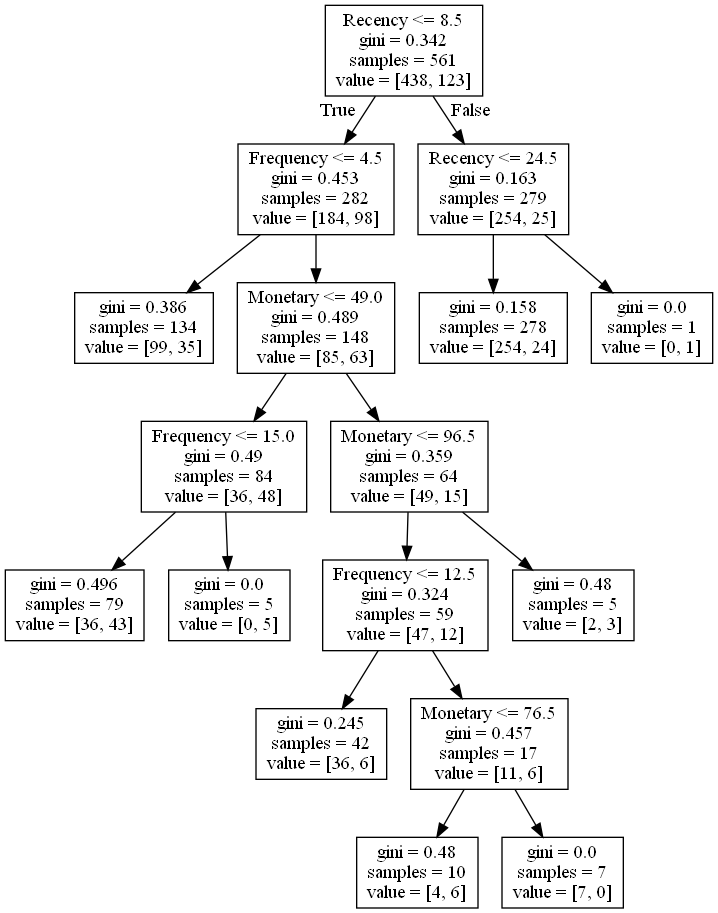
Above: tree.png in PurushottamPadhya/Datascience_Assignment_Blood_Transfusion (Graphviz), before the change. Its source is kept beside it as tree.dot.
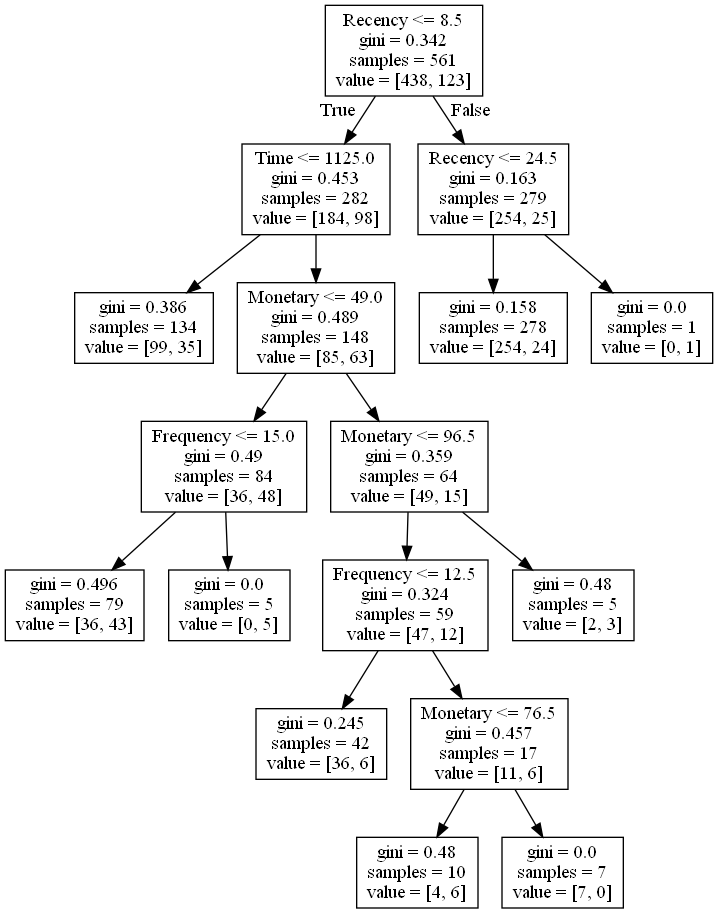
After the change.

Change to the diagram source:
```diff
@@ -1,7 +1,7 @@
 digraph Tree {
 node [shape=box] ;
 0 [label="Recency <= 8.5\ngini = 0.342\nsamples = 561\nvalue = [438, 123]"] ;
-1 [label="Frequency <= 4.5\ngini = 0.453\nsamples = 282\nvalue = [184, 98]"] ;
+1 [label="Time <= 1125.0\ngini = 0.453\nsamples = 282\nvalue = [184, 98]"] ;
 0 -> 1 [labeldistance=2.5, labelangle=45, headlabel="True"] ;
 2 [label="gini = 0.386\nsamples = 134\nvalue = [99, 35]"] ;
 1 -> 2 ;
```
